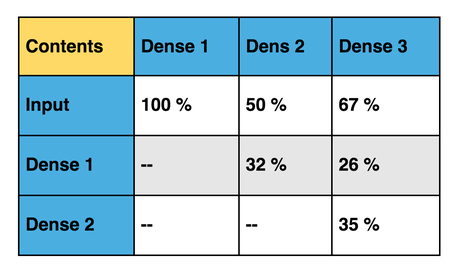
This is paper/SampleTable.png from kingspp/differentiable_learning, a draw.io export, as it was before one commit. Source tidied: cells renumbered, new cells last; positions are measured from the earlier drawing's top-left corner, leaving out a move shared by most shapes.
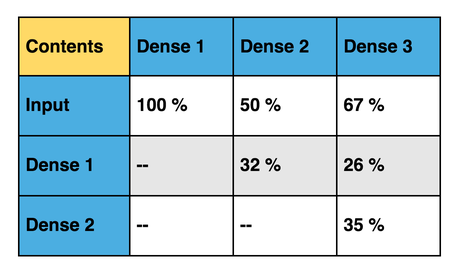
Above is the later version.

Commit message:
Updated sample table

The edit, as a diff of the source:
```diff
@@ -5,7 +5,7 @@
     <mxCell id="2" style="rounded=0;whiteSpace=wrap;html=1;shadow=0;comic=0;strokeColor=#FFFFFF;strokeWidth=2;fillColor=none;" parent="1" vertex="1">
       <mxGeometry width="300" height="180" as="geometry" />
     </mxCell>
-    <mxCell id="3" value="&lt;table border=&quot;1&quot; width=&quot;100%&quot; cellpadding=&quot;4&quot; style=&quot;width: 100% ; height: 100% ; border-collapse: collapse ; border: 1px solid rgb(0 , 0 , 0)&quot;&gt;&lt;tbody&gt;&lt;tr style=&quot;background-color: rgb(167 , 201 , 66) ; color: rgb(255 , 255 , 255)&quot;&gt;&lt;th align=&quot;left&quot; style=&quot;background-color: rgb(255 , 217 , 102) ; border-collapse: collapse&quot;&gt;&lt;font color=&quot;#000000&quot;&gt;Contents&lt;/font&gt;&lt;/th&gt;&lt;th align=&quot;left&quot; style=&quot;background-color: rgb(75 , 174 , 225) ; border-collapse: collapse&quot;&gt;&lt;font color=&quot;#000000&quot;&gt;Dense 1&lt;/font&gt;&lt;/th&gt;&lt;th align=&quot;left&quot; style=&quot;background-color: rgb(75 , 174 , 225) ; border-collapse: collapse&quot;&gt;&lt;font color=&quot;#000000&quot;&gt;Dens 2&lt;/font&gt;&lt;/th&gt;&lt;td style=&quot;background-color: rgb(75 , 174 , 225)&quot;&gt;&lt;font color=&quot;#000000&quot;&gt;Dense 3&lt;/font&gt;&lt;/td&gt;&lt;/tr&gt;&lt;tr&gt;&lt;td style=&quot;background-color: rgb(75 , 174 , 225)&quot;&gt;Input&lt;/td&gt;&lt;td&gt;100 %&lt;/td&gt;&lt;td&gt;50 %&lt;/td&gt;&lt;td&gt;67 %&lt;/td&gt;&lt;/tr&gt;&lt;tr style=&quot;background-color: rgb(234 , 242 , 211)&quot;&gt;&lt;td style=&quot;border: 1px solid rgb(0 , 0 , 0) ; border-collapse: collapse ; background-color: rgb(75 , 174 , 225)&quot;&gt;Dense 1&lt;/td&gt;&lt;td style=&quot;background-color: rgb(230 , 230 , 230)&quot;&gt;--&lt;/td&gt;&lt;td style=&quot;background-color: rgb(230 , 230 , 230)&quot;&gt;32 %&lt;/td&gt;&lt;td style=&quot;background-color: rgb(230 , 230 , 230)&quot;&gt;26 %&lt;/td&gt;&lt;/tr&gt;&lt;tr&gt;&lt;td style=&quot;background-color: rgb(75 , 174 , 225)&quot;&gt;Dense 2&lt;/td&gt;&lt;td&gt;--&lt;/td&gt;&lt;td&gt;--&lt;/td&gt;&lt;td&gt;35 %&lt;/td&gt;&lt;/tr&gt;&lt;/tbody&gt;&lt;/table&gt;" style="text;html=1;overflow=fill;rounded=0;fontStyle=1;shadow=0;arcSize=0;comic=0;perimeterSpacing=6;rotation=0;" parent="1" vertex="1">
+    <mxCell id="3" value="&lt;table border=&quot;1&quot; width=&quot;100%&quot; cellpadding=&quot;4&quot; style=&quot;width: 100% ; height: 100% ; border-collapse: collapse ; border: 1px solid rgb(0 , 0 , 0)&quot;&gt;&lt;tbody&gt;&lt;tr style=&quot;background-color: rgb(167 , 201 , 66) ; color: rgb(255 , 255 , 255)&quot;&gt;&lt;th align=&quot;left&quot; style=&quot;background-color: rgb(255 , 217 , 102) ; border-collapse: collapse&quot;&gt;&lt;font color=&quot;#000000&quot;&gt;Contents&lt;/font&gt;&lt;/th&gt;&lt;th align=&quot;left&quot; style=&quot;background-color: rgb(75 , 174 , 225) ; border-collapse: collapse&quot;&gt;&lt;font color=&quot;#000000&quot;&gt;Dense 1&lt;/font&gt;&lt;/th&gt;&lt;th align=&quot;left&quot; style=&quot;background-color: rgb(75 , 174 , 225) ; border-collapse: collapse&quot;&gt;&lt;font color=&quot;#000000&quot;&gt;Dense 2&lt;/font&gt;&lt;/th&gt;&lt;td style=&quot;background-color: rgb(75 , 174 , 225)&quot;&gt;&lt;font color=&quot;#000000&quot;&gt;Dense 3&lt;/font&gt;&lt;/td&gt;&lt;/tr&gt;&lt;tr&gt;&lt;td style=&quot;background-color: rgb(75 , 174 , 225)&quot;&gt;Input&lt;/td&gt;&lt;td&gt;100 %&lt;/td&gt;&lt;td&gt;50 %&lt;/td&gt;&lt;td&gt;67 %&lt;/td&gt;&lt;/tr&gt;&lt;tr style=&quot;background-color: rgb(234 , 242 , 211)&quot;&gt;&lt;td style=&quot;border: 1px solid rgb(0 , 0 , 0) ; border-collapse: collapse ; background-color: rgb(75 , 174 , 225)&quot;&gt;Dense 1&lt;/td&gt;&lt;td style=&quot;background-color: rgb(230 , 230 , 230)&quot;&gt;--&lt;/td&gt;&lt;td style=&quot;background-color: rgb(230 , 230 , 230)&quot;&gt;32 %&lt;/td&gt;&lt;td style=&quot;background-color: rgb(230 , 230 , 230)&quot;&gt;26 %&lt;/td&gt;&lt;/tr&gt;&lt;tr&gt;&lt;td style=&quot;background-color: rgb(75 , 174 , 225)&quot;&gt;Dense 2&lt;/td&gt;&lt;td&gt;--&lt;/td&gt;&lt;td&gt;--&lt;/td&gt;&lt;td&gt;35 %&lt;/td&gt;&lt;/tr&gt;&lt;/tbody&gt;&lt;/table&gt;" style="text;html=1;overflow=fill;rounded=0;fontStyle=1;shadow=0;arcSize=0;comic=0;perimeterSpacing=6;rotation=0;" parent="1" vertex="1">
       <mxGeometry x="11" y="10" width="280" height="160" as="geometry" />
     </mxCell>
   </root>
```
